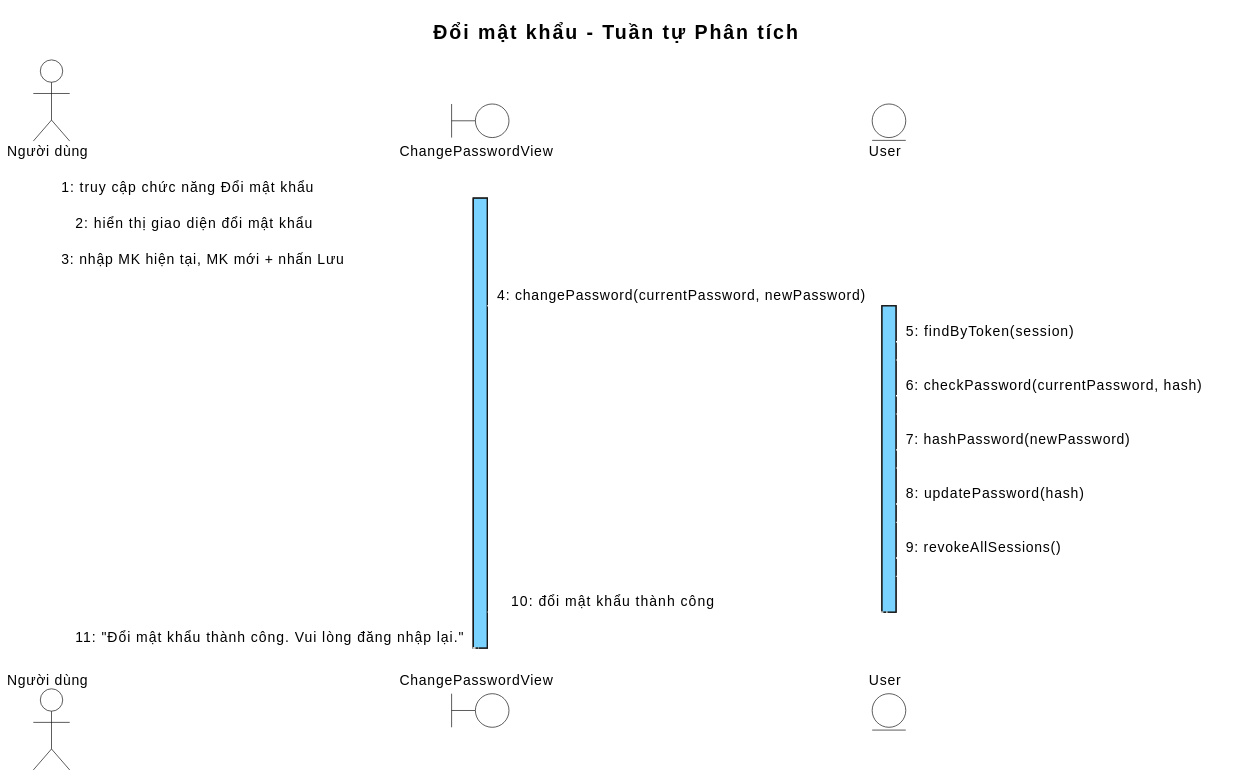
This is output/diagrams/account_seq_changepw_analysis.svg from thanhtrnnn/cnpm, a PlantUML export, as it was before one commit.
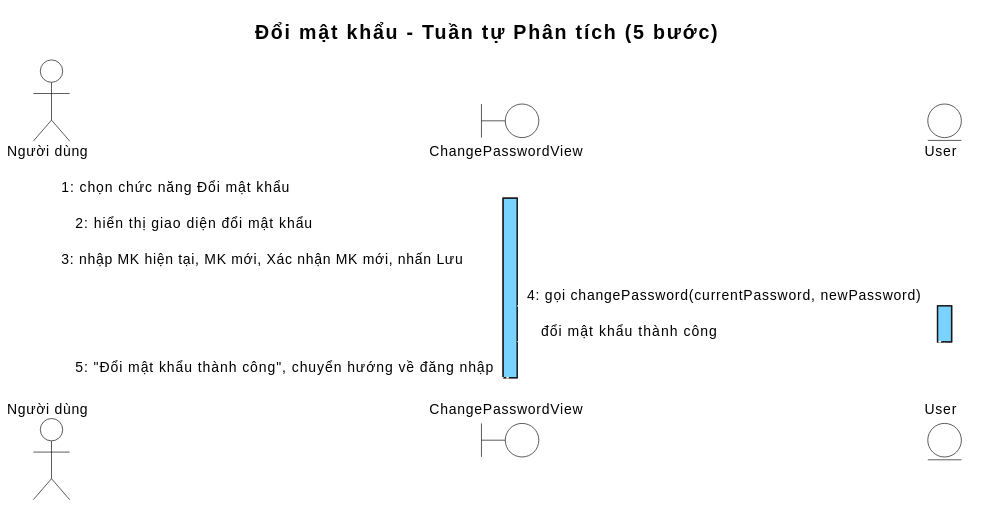
The same file after the commit.

Diff of the diagram source:
```diff
@@ -20,25 +20,20 @@
   arrow { LineColor #000000 LineThickness 1 FontSize 10 }
 }
 </style>
-title Đổi mật khẩu - Tuần tự Phân tích
+title Đổi mật khẩu - Tuần tự Phân tích (5 bước)
 
-actor "Người dùng" as ND
+actor "Người dùng" as Actor
 boundary ChangePasswordView as B1
 entity User as E1
 
-ND -> B1 : 1: truy cập chức năng Đổi mật khẩu
+Actor -> B1 : 1: chọn chức năng Đổi mật khẩu
 activate B1
-B1 --> ND : 2: hiển thị giao diện đổi mật khẩu
-ND -> B1 : 3: nhập MK hiện tại, MK mới + nhấn Lưu
-B1 -> E1 : 4: changePassword(currentPassword, newPassword)
+B1 --> Actor : 2: hiển thị giao diện đổi mật khẩu
+Actor -> B1 : 3: nhập MK hiện tại, MK mới, Xác nhận MK mới, nhấn Lưu
+B1 -> E1 : 4: gọi changePassword(currentPassword, newPassword)
 activate E1
-E1 -> E1 : 5: findByToken(session)
-E1 -> E1 : 6: checkPassword(currentPassword, hash)
-E1 -> E1 : 7: hashPassword(newPassword)
-E1 -> E1 : 8: updatePassword(hash)
-E1 -> E1 : 9: revokeAllSessions()
-E1 --> B1 : 10: đổi mật khẩu thành công
+E1 --> B1 : đổi mật khẩu thành công
 deactivate E1
-B1 --> ND : 11: "Đổi mật khẩu thành công. Vui lòng đăng nhập lại."
+B1 --> Actor : 5: "Đổi mật khẩu thành công", chuyển hướng về đăng nhập
 deactivate B1
 @enduml
```
